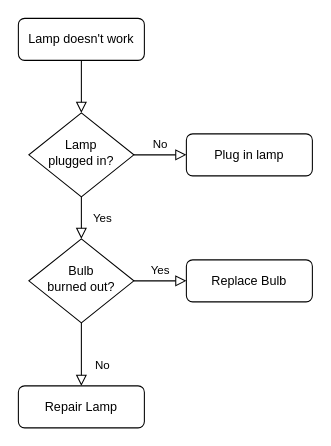
Above: Untitled Diagram.drawio in Emmaroeneyoh/urgent-myt (draw.io), before the change. Source tidied: cells renumbered, new cells numbered last; positions are measured from the earlier drawing's top-left corner, leaving out a move shared by most shapes. Both pictures are drawn from the tidied source at 105%, with x=0, y=0 at pixel (18, 18).
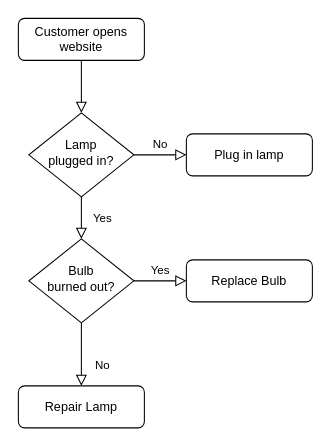
The same page after the edit.

Commit message:
myt-page-workflow

What changed in the source:
```diff
@@
 <mxGraphModel>
   <root>
     <mxCell id="0" />
     <mxCell id="1" parent="0" />
     <mxCell id="2" style="rounded=0;html=1;jettySize=auto;fontSize=11;endArrow=block;endFill=0;endSize=8;strokeWidth=1;shadow=0;labelBackgroundColor=none;edgeStyle=orthogonalEdgeStyle;" parent="1" edge="1" source="3" target="6">
       <mxGeometry relative="1" as="geometry" />
     </mxCell>
-    <mxCell id="3" value="Lamp doesn't work" style="rounded=1;whiteSpace=wrap;html=1;fontSize=12;glass=0;strokeWidth=1;shadow=0;" parent="1" vertex="1">
+    <mxCell id="3" value="Customer opens website" style="rounded=1;whiteSpace=wrap;html=1;fontSize=12;glass=0;strokeWidth=1;shadow=0;" parent="1" vertex="1">
       <mxGeometry width="120" height="40" as="geometry" />
     </mxCell>
     <mxCell id="4" value="Yes" style="rounded=0;html=1;jettySize=auto;fontSize=11;endArrow=block;endFill=0;endSize=8;strokeWidth=1;shadow=0;labelBackgroundColor=none;edgeStyle=orthogonalEdgeStyle;" parent="1" edge="1" source="6" target="10">
       <mxGeometry y="20" relative="1" as="geometry" />
     </mxCell>
     <mxCell id="5" value="No" style="edgeStyle=orthogonalEdgeStyle;rounded=0;html=1;jettySize=auto;fontSize=11;endArrow=block;endFill=0;endSize=8;strokeWidth=1;shadow=0;labelBackgroundColor=none;" parent="1" edge="1" source="6" target="7">
       <mxGeometry y="10" relative="1" as="geometry" />
     </mxCell>
     <mxCell id="6" value="Lamp&lt;br&gt;plugged in?" style="rhombus;whiteSpace=wrap;html=1;shadow=0;fontFamily=Helvetica;fontSize=12;align=center;strokeWidth=1;spacing=6;spacingTop=-4;" parent="1" vertex="1">
       <mxGeometry x="10" y="90" width="100" height="80" as="geometry" />
     </mxCell>
     <mxCell id="7" value="Plug in lamp" style="rounded=1;whiteSpace=wrap;html=1;fontSize=12;glass=0;strokeWidth=1;shadow=0;" parent="1" vertex="1">
       <mxGeometry x="160" y="110" width="120" height="40" as="geometry" />
     </mxCell>
     <mxCell id="8" value="No" style="rounded=0;html=1;jettySize=auto;fontSize=11;endArrow=block;endFill=0;endSize=8;strokeWidth=1;shadow=0;labelBackgroundColor=none;edgeStyle=orthogonalEdgeStyle;" parent="1" edge="1" source="10" target="11">
       <mxGeometry x="0.33" y="20" relative="1" as="geometry" />
     </mxCell>
     <mxCell id="9" value="Yes" style="edgeStyle=orthogonalEdgeStyle;rounded=0;html=1;jettySize=auto;fontSize=11;endArrow=block;endFill=0;endSize=8;strokeWidth=1;shadow=0;labelBackgroundColor=none;" parent="1" edge="1" source="10" target="12">
       <mxGeometry y="10" relative="1" as="geometry" />
     </mxCell>
     <mxCell id="10" value="Bulb&lt;br&gt;burned out?" style="rhombus;whiteSpace=wrap;html=1;shadow=0;fontFamily=Helvetica;fontSize=12;align=center;strokeWidth=1;spacing=6;spacingTop=-4;" parent="1" vertex="1">
       <mxGeometry x="10" y="210" width="100" height="80" as="geometry" />
     </mxCell>
     <mxCell id="11" value="Repair Lamp" style="rounded=1;whiteSpace=wrap;html=1;fontSize=12;glass=0;strokeWidth=1;shadow=0;" parent="1" vertex="1">
       <mxGeometry y="350" width="120" height="40" as="geometry" />
     </mxCell>
     <mxCell id="12" value="Replace Bulb" style="rounded=1;whiteSpace=wrap;html=1;fontSize=12;glass=0;strokeWidth=1;shadow=0;" parent="1" vertex="1">
       <mxGeometry x="160" y="230" width="120" height="40" as="geometry" />
     </mxCell>
   </root>
 </mxGraphModel>
```
